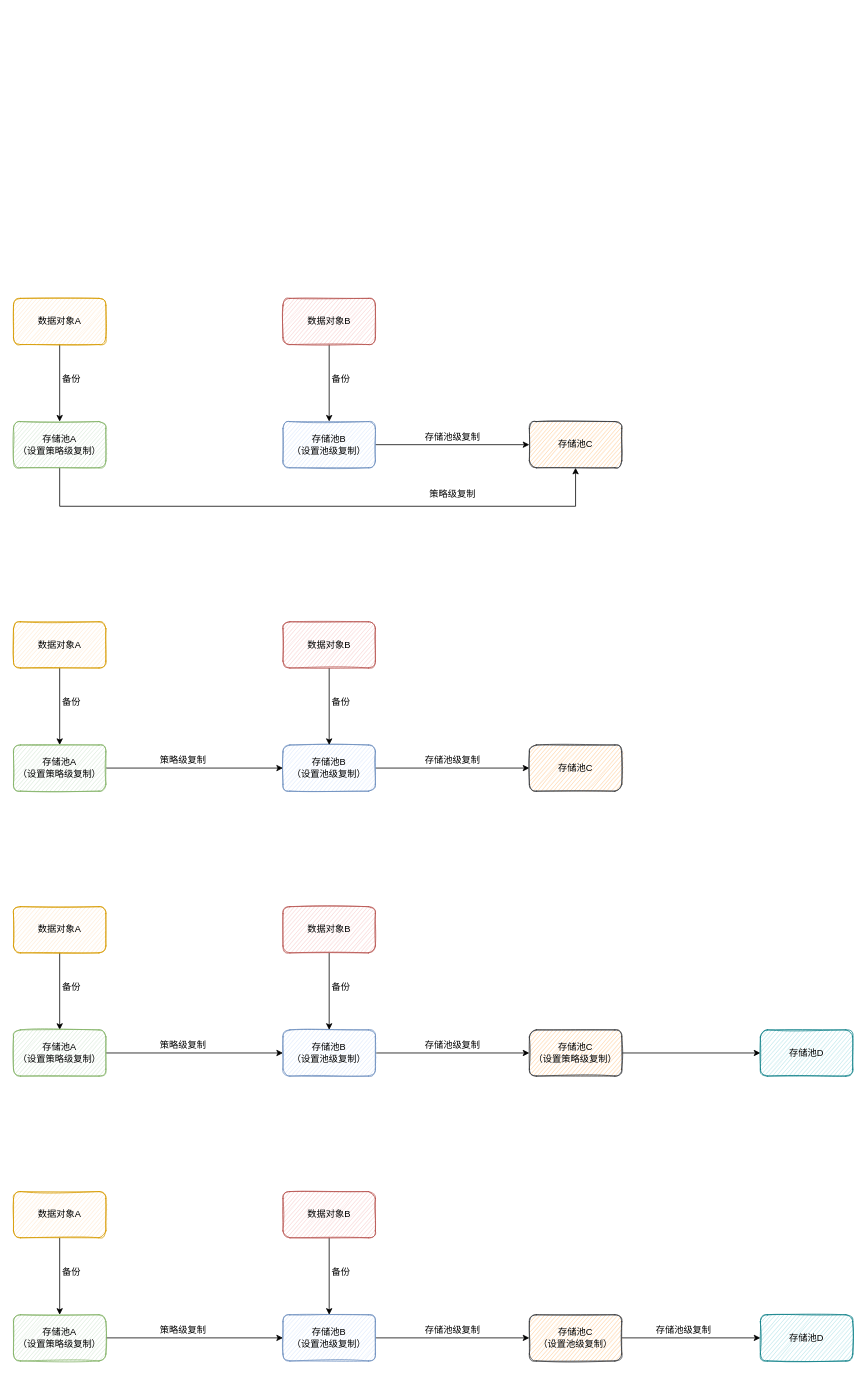
maqinzhang/diagrams keeps this draw.io diagram as 未命名绘图.drawio. Above is the earlier version. Source tidied: cells renumbered, new cells numbered last; positions are measured from the earlier drawing's top-left corner, leaving out a move shared by most shapes. Both pictures are drawn from the tidied source at 77%, with x=0, y=0 at pixel (13, 298).
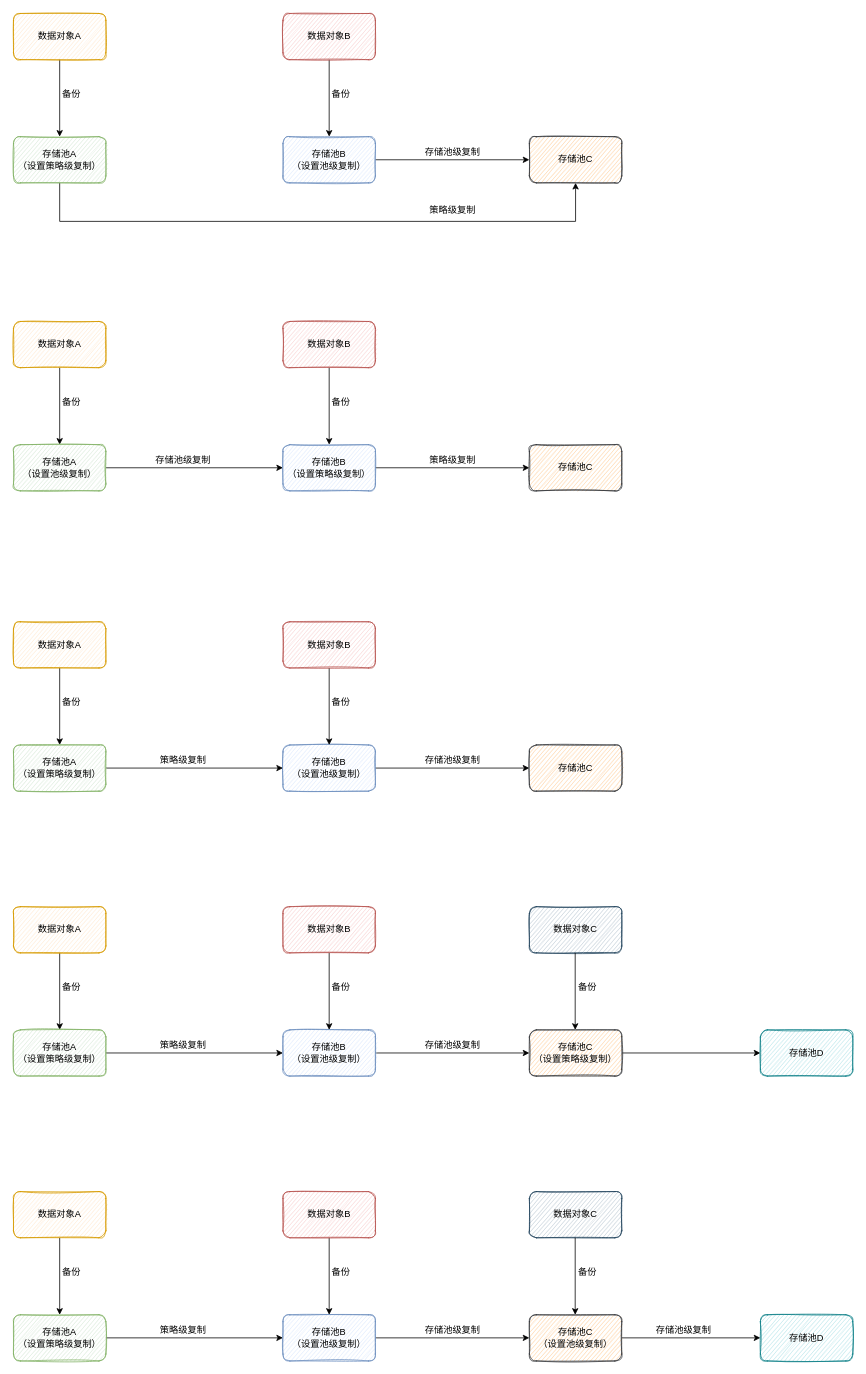
The same diagram, later.

Commit message:
更新未命名绘图.drawio

What changed in the source:
```diff
@@
     <mxCell id="47" value="数据对象A" style="rounded=1;whiteSpace=wrap;html=1;fillColor=#ffe6cc;strokeColor=#d79b00;glass=0;sketch=1;" parent="1" vertex="1">
-      <mxGeometry width="120" height="60" as="geometry" />
+      <mxGeometry y="-370" width="120" height="60" as="geometry" />
     </mxCell>
     <mxCell id="48" style="edgeStyle=orthogonalEdgeStyle;rounded=0;jettySize=auto;html=1;entryX=0.5;entryY=1;entryDx=0;entryDy=0;" parent="1" edge="1" source="49" target="57">
       <mxGeometry relative="1" as="geometry">
         <Array as="points">
-          <mxPoint x="60" y="270" />
-          <mxPoint x="730" y="270" />
+          <mxPoint x="60" y="-100" />
+          <mxPoint x="730" y="-100" />
         </Array>
       </mxGeometry>
     </mxCell>
     <mxCell id="49" value="存储池A&lt;br&gt;（设置策略级复制）" style="rounded=1;whiteSpace=wrap;html=1;fillColor=#d5e8d4;strokeColor=#82b366;glass=0;sketch=1;" parent="1" vertex="1">
-      <mxGeometry y="160" width="120" height="60" as="geometry" />
+      <mxGeometry y="-210" width="120" height="60" as="geometry" />
     </mxCell>
@@
     <mxCell id="51" value="存储池B&lt;br&gt;（设置池级复制）" style="rounded=1;whiteSpace=wrap;html=1;fillColor=#dae8fc;strokeColor=#6c8ebf;glass=0;sketch=1;" parent="1" vertex="1">
-      <mxGeometry x="350" y="160" width="120" height="60" as="geometry" />
+      <mxGeometry x="350" y="-210" width="120" height="60" as="geometry" />
     </mxCell>
     <mxCell id="52" value="策略级复制" style="text;html=1;align=center;verticalAlign=middle;strokeColor=none;fillColor=none;" parent="1" vertex="1">
-      <mxGeometry x="530" y="240" width="80" height="30" as="geometry" />
+      <mxGeometry x="530" y="-130" width="80" height="30" as="geometry" />
     </mxCell>
@@
     <mxCell id="54" value="数据对象B" style="rounded=1;whiteSpace=wrap;html=1;fillColor=#f8cecc;strokeColor=#b85450;glass=0;sketch=1;" parent="1" vertex="1">
-      <mxGeometry x="350" width="120" height="60" as="geometry" />
+      <mxGeometry x="350" y="-370" width="120" height="60" as="geometry" />
     </mxCell>
     <mxCell id="55" value="备份" style="text;html=1;align=center;verticalAlign=middle;strokeColor=none;fillColor=none;" parent="1" vertex="1">
-      <mxGeometry x="50" y="90" width="50" height="30" as="geometry" />
+      <mxGeometry x="50" y="-280" width="50" height="30" as="geometry" />
     </mxCell>
     <mxCell id="56" value="备份" style="text;html=1;align=center;verticalAlign=middle;strokeColor=none;fillColor=none;" parent="1" vertex="1">
-      <mxGeometry x="400" y="90" width="50" height="30" as="geometry" />
+      <mxGeometry x="400" y="-280" width="50" height="30" as="geometry" />
     </mxCell>
     <mxCell id="57" value="存储池C" style="rounded=1;whiteSpace=wrap;html=1;fillColor=#ffcc99;strokeColor=#36393d;glass=0;sketch=1;" parent="1" vertex="1">
-      <mxGeometry x="670" y="160" width="120" height="60" as="geometry" />
+      <mxGeometry x="670" y="-210" width="120" height="60" as="geometry" />
     </mxCell>
     <mxCell id="58" value="存储池级复制" style="text;html=1;align=center;verticalAlign=middle;strokeColor=none;fillColor=none;" parent="1" vertex="1">
-      <mxGeometry x="520" y="165" width="100" height="30" as="geometry" />
+      <mxGeometry x="520" y="-205" width="100" height="30" as="geometry" />
     </mxCell>
+    <mxCell id="59" style="edgeStyle=orthogonalEdgeStyle;rounded=0;jettySize=auto;html=1;" parent="1" edge="1" source="60" target="62">
+      <mxGeometry relative="1" as="geometry" />
+    </mxCell>
+    <mxCell id="60" value="数据对象A" style="rounded=1;whiteSpace=wrap;html=1;fillColor=#ffe6cc;strokeColor=#d79b00;glass=0;sketch=1;" parent="1" vertex="1">
+      <mxGeometry y="30" width="120" height="60" as="geometry" />
+    </mxCell>
+    <mxCell id="61" style="edgeStyle=orthogonalEdgeStyle;rounded=0;jettySize=auto;html=1;" parent="1" edge="1" source="62" target="64">
+      <mxGeometry relative="1" as="geometry" />
+    </mxCell>
+    <mxCell id="62" value="存储池A&lt;br&gt;（设置池级复制）" style="rounded=1;whiteSpace=wrap;html=1;fillColor=#d5e8d4;strokeColor=#82b366;glass=0;sketch=1;" parent="1" vertex="1">
+      <mxGeometry y="190" width="120" height="60" as="geometry" />
+    </mxCell>
+    <mxCell id="63" style="edgeStyle=orthogonalEdgeStyle;rounded=0;jettySize=auto;html=1;" parent="1" edge="1" source="64" target="70">
+      <mxGeometry relative="1" as="geometry" />
+    </mxCell>
+    <mxCell id="64" value="存储池B&lt;br&gt;（设置策略级复制）" style="rounded=1;whiteSpace=wrap;html=1;fillColor=#dae8fc;strokeColor=#6c8ebf;glass=0;sketch=1;" parent="1" vertex="1">
+      <mxGeometry x="350" y="190" width="120" height="60" as="geometry" />
+    </mxCell>
+    <mxCell id="65" value="存储池级复制" style="text;html=1;align=center;verticalAlign=middle;strokeColor=none;fillColor=none;" parent="1" vertex="1">
+      <mxGeometry x="170" y="195" width="100" height="30" as="geometry" />
+    </mxCell>
+    <mxCell id="66" style="edgeStyle=orthogonalEdgeStyle;rounded=0;jettySize=auto;html=1;" parent="1" edge="1" source="67" target="64">
+      <mxGeometry relative="1" as="geometry" />
+    </mxCell>
+    <mxCell id="67" value="数据对象B" style="rounded=1;whiteSpace=wrap;html=1;fillColor=#f8cecc;strokeColor=#b85450;glass=0;sketch=1;" parent="1" vertex="1">
+      <mxGeometry x="350" y="30" width="120" height="60" as="geometry" />
+    </mxCell>
+    <mxCell id="68" value="备份" style="text;html=1;align=center;verticalAlign=middle;strokeColor=none;fillColor=none;" parent="1" vertex="1">
+      <mxGeometry x="50" y="120" width="50" height="30" as="geometry" />
+    </mxCell>
+    <mxCell id="69" value="备份" style="text;html=1;align=center;verticalAlign=middle;strokeColor=none;fillColor=none;" parent="1" vertex="1">
+      <mxGeometry x="400" y="120" width="50" height="30" as="geometry" />
+    </mxCell>
+    <mxCell id="70" value="存储池C" style="rounded=1;whiteSpace=wrap;html=1;fillColor=#ffcc99;strokeColor=#36393d;glass=0;sketch=1;" parent="1" vertex="1">
+      <mxGeometry x="670" y="190" width="120" height="60" as="geometry" />
+    </mxCell>
+    <mxCell id="71" value="策略级复制" style="text;html=1;align=center;verticalAlign=middle;strokeColor=none;fillColor=none;" parent="1" vertex="1">
+      <mxGeometry x="530" y="195" width="80" height="30" as="geometry" />
+    </mxCell>
+    <mxCell id="72" value="数据对象C" style="rounded=1;whiteSpace=wrap;html=1;fillColor=#bac8d3;strokeColor=#23445d;glass=0;sketch=1;" parent="1" vertex="1">
+      <mxGeometry x="670" y="790" width="120" height="60" as="geometry" />
+    </mxCell>
+    <mxCell id="73" style="edgeStyle=orthogonalEdgeStyle;rounded=0;orthogonalLoop=1;jettySize=auto;html=1;" parent="1" edge="1">
+      <mxGeometry relative="1" as="geometry">
+        <mxPoint x="729.5" y="850" as="sourcePoint" />
+        <mxPoint x="729.5" y="950" as="targetPoint" />
+      </mxGeometry>
+    </mxCell>
+    <mxCell id="74" value="备份" style="text;html=1;align=center;verticalAlign=middle;strokeColor=none;fillColor=none;" parent="1" vertex="1">
+      <mxGeometry x="720" y="880" width="50" height="30" as="geometry" />
+    </mxCell>
+    <mxCell id="75" value="数据对象C" style="rounded=1;whiteSpace=wrap;html=1;fillColor=#bac8d3;strokeColor=#23445d;glass=0;sketch=1;" parent="1" vertex="1">
+      <mxGeometry x="670" y="1160" width="120" height="60" as="geometry" />
+    </mxCell>
+    <mxCell id="76" style="edgeStyle=orthogonalEdgeStyle;rounded=0;orthogonalLoop=1;jettySize=auto;html=1;" parent="1" edge="1">
+      <mxGeometry relative="1" as="geometry">
+        <mxPoint x="729.5" y="1220" as="sourcePoint" />
+        <mxPoint x="729.5" y="1320" as="targetPoint" />
+      </mxGeometry>
+    </mxCell>
+    <mxCell id="77" value="备份" style="text;html=1;align=center;verticalAlign=middle;strokeColor=none;fillColor=none;" parent="1" vertex="1">
+      <mxGeometry x="720" y="1250" width="50" height="30" as="geometry" />
+    </mxCell>
```
